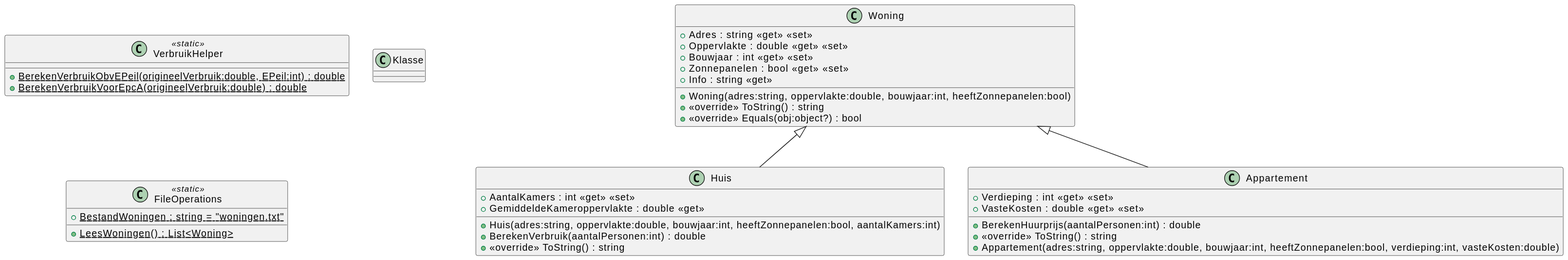
The PlantUML diagram 06/06_05/svg/Overview.svg in it-graduaten/template-csharp-ooprogramming-oefeningen-pe, before a commit.
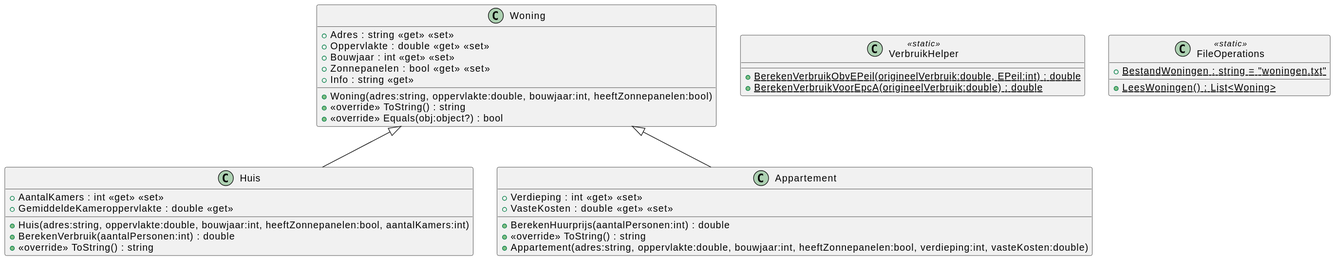
The same file after the commit.

Commit message:
🔄 synced local '06/06_05/svg/' with remote '06/06_05/svg/'

Diff of the diagram source:
```diff
@@ -1,7 +1,6 @@
 @startuml
 !include Huis.puml
 !include VerbruikHelper.puml
-!include Klasse.puml
 !include FileOperations.puml
 !include Appartement.puml
 !include Woning.puml
```
